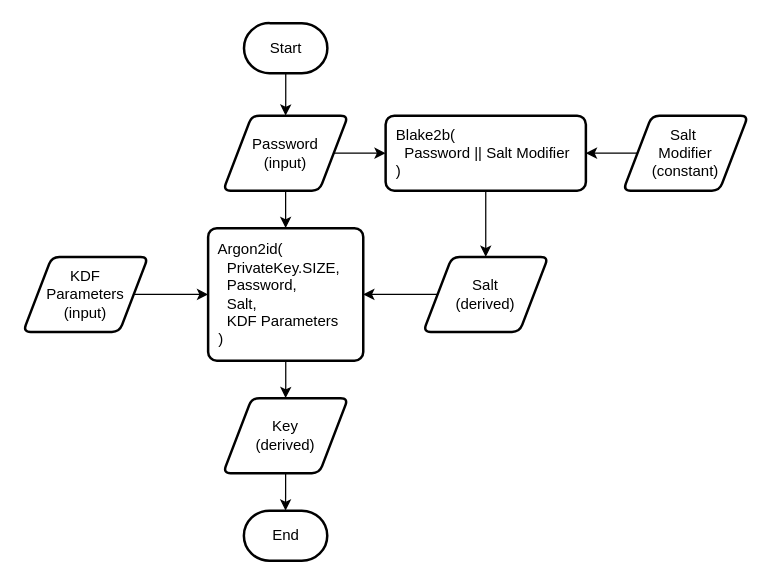
theosaveliev/rtty-soda keeps this draw.io diagram as diagram/kdf.drawio. Above is the earlier version. Source tidied: cells renumbered, new cells numbered last; positions are measured from the earlier drawing's top-left corner, leaving out a move shared by most shapes. Both pictures are drawn from the tidied source at 125%, with x=0, y=0 at pixel (22, 22).
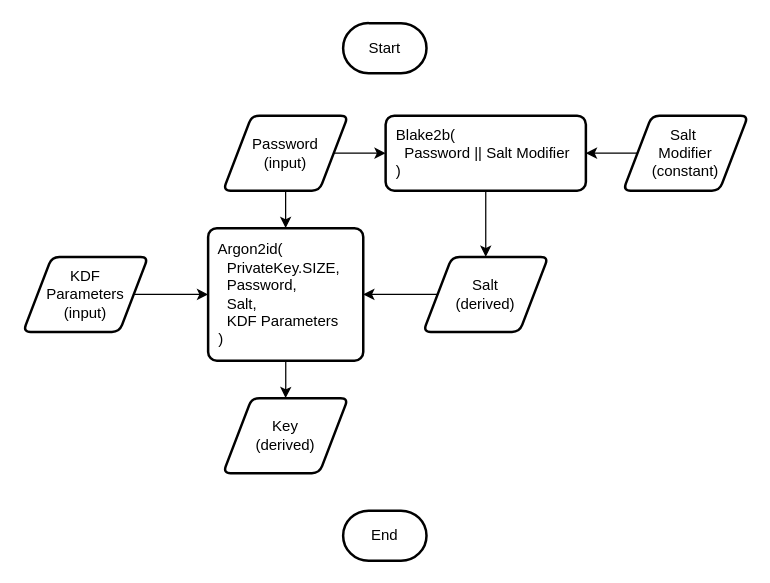
The same page after the edit.

What changed in the source:
```diff
@@
 <mxGraphModel>
   <root>
     <mxCell id="0" />
     <mxCell id="1" parent="0" />
     <mxCell id="2" style="edgeStyle=orthogonalEdgeStyle;rounded=0;jettySize=auto;html=1;entryX=0.5;entryY=0;entryDx=0;entryDy=0;" parent="1" edge="1" source="4" target="14">
       <mxGeometry relative="1" as="geometry" />
     </mxCell>
     <mxCell id="3" style="edgeStyle=orthogonalEdgeStyle;rounded=0;jettySize=auto;html=1;entryX=0;entryY=0.5;entryDx=0;entryDy=0;" parent="1" edge="1" source="4" target="8">
       <mxGeometry relative="1" as="geometry" />
     </mxCell>
     <mxCell id="4" value="Password&lt;div&gt;(input)&lt;/div&gt;" style="shape=parallelogram;html=1;strokeWidth=2;perimeter=parallelogramPerimeter;whiteSpace=wrap;rounded=1;arcSize=12;size=0.23;" parent="1" vertex="1">
       <mxGeometry x="160" y="74" width="100" height="60" as="geometry" />
     </mxCell>
     <mxCell id="5" style="edgeStyle=orthogonalEdgeStyle;rounded=0;jettySize=auto;html=1;entryX=1;entryY=0.5;entryDx=0;entryDy=0;" parent="1" edge="1" source="6" target="8">
       <mxGeometry relative="1" as="geometry" />
     </mxCell>
     <mxCell id="6" value="Salt&amp;nbsp;&lt;div&gt;Modifier&lt;/div&gt;&lt;div&gt;(constant)&lt;/div&gt;" style="shape=parallelogram;html=1;strokeWidth=2;perimeter=parallelogramPerimeter;whiteSpace=wrap;rounded=1;arcSize=12;size=0.23;" parent="1" vertex="1">
       <mxGeometry x="480" y="74" width="100" height="60" as="geometry" />
     </mxCell>
     <mxCell id="7" style="edgeStyle=orthogonalEdgeStyle;rounded=0;jettySize=auto;html=1;entryX=0.5;entryY=0;entryDx=0;entryDy=0;" parent="1" edge="1" source="8" target="12">
       <mxGeometry relative="1" as="geometry" />
     </mxCell>
     <mxCell id="8" value="&lt;div&gt;&lt;span style=&quot;background-color: transparent; color: light-dark(rgb(0, 0, 0), rgb(255, 255, 255));&quot;&gt;&amp;nbsp; Blake2b&lt;/span&gt;&lt;span style=&quot;background-color: transparent; color: light-dark(rgb(0, 0, 0), rgb(255, 255, 255));&quot;&gt;(&lt;/span&gt;&lt;/div&gt;&lt;span style=&quot;background-color: transparent; color: light-dark(rgb(0, 0, 0), rgb(255, 255, 255));&quot;&gt;&amp;nbsp; &amp;nbsp; Password || Salt Modifier&lt;br&gt;&lt;div style=&quot;&quot;&gt;&lt;span style=&quot;background-color: transparent; color: light-dark(rgb(0, 0, 0), rgb(255, 255, 255));&quot;&gt;&amp;nbsp; )&lt;/span&gt;&lt;/div&gt;&lt;/span&gt;" style="rounded=1;whiteSpace=wrap;html=1;absoluteArcSize=1;arcSize=14;strokeWidth=2;align=left;" parent="1" vertex="1">
       <mxGeometry x="290" y="74" width="160.2" height="60" as="geometry" />
     </mxCell>
     <mxCell id="9" style="edgeStyle=orthogonalEdgeStyle;rounded=0;jettySize=auto;html=1;entryX=0;entryY=0.5;entryDx=0;entryDy=0;" parent="1" edge="1" source="10" target="14">
       <mxGeometry relative="1" as="geometry" />
     </mxCell>
     <mxCell id="10" value="KDF&lt;div&gt;Parameters&lt;/div&gt;&lt;div&gt;(input)&lt;/div&gt;" style="shape=parallelogram;html=1;strokeWidth=2;perimeter=parallelogramPerimeter;whiteSpace=wrap;rounded=1;arcSize=12;size=0.23;" parent="1" vertex="1">
       <mxGeometry y="187" width="100" height="60" as="geometry" />
     </mxCell>
     <mxCell id="11" style="edgeStyle=orthogonalEdgeStyle;rounded=0;jettySize=auto;html=1;entryX=1;entryY=0.5;entryDx=0;entryDy=0;" parent="1" edge="1" source="12" target="14">
       <mxGeometry relative="1" as="geometry" />
     </mxCell>
     <mxCell id="12" value="Salt&lt;div&gt;(derived)&lt;/div&gt;" style="shape=parallelogram;html=1;strokeWidth=2;perimeter=parallelogramPerimeter;whiteSpace=wrap;rounded=1;arcSize=12;size=0.23;" parent="1" vertex="1">
       <mxGeometry x="320.1" y="187" width="100" height="60" as="geometry" />
     </mxCell>
     <mxCell id="13" style="edgeStyle=orthogonalEdgeStyle;rounded=0;jettySize=auto;html=1;entryX=0.5;entryY=0;entryDx=0;entryDy=0;" parent="1" edge="1" source="14" target="15">
       <mxGeometry relative="1" as="geometry" />
     </mxCell>
     <mxCell id="14" value="&amp;nbsp; Argon2id(&lt;br&gt;&amp;nbsp; &amp;nbsp; PrivateKey.SIZE, &lt;br&gt;&amp;nbsp; &amp;nbsp; Password, &lt;br&gt;&amp;nbsp; &amp;nbsp; Salt, &lt;br&gt;&amp;nbsp; &amp;nbsp; KDF Parameters&lt;br&gt;&amp;nbsp; )" style="rounded=1;whiteSpace=wrap;html=1;absoluteArcSize=1;arcSize=14;strokeWidth=2;align=left;" parent="1" vertex="1">
       <mxGeometry x="148" y="164" width="124.1" height="106" as="geometry" />
     </mxCell>
     <mxCell id="15" value="Key&lt;div&gt;(derived)&lt;/div&gt;" style="shape=parallelogram;html=1;strokeWidth=2;perimeter=parallelogramPerimeter;whiteSpace=wrap;rounded=1;arcSize=12;size=0.23;" parent="1" vertex="1">
       <mxGeometry x="160" y="300" width="100" height="60" as="geometry" />
     </mxCell>
-    <mxCell id="16" style="edgeStyle=orthogonalEdgeStyle;rounded=0;jettySize=auto;html=1;entryX=0.5;entryY=0;entryDx=0;entryDy=0;" parent="1" edge="1" source="17" target="4">
-      <mxGeometry relative="1" as="geometry" />
-    </mxCell>
     <mxCell id="17" value="Start" style="strokeWidth=2;html=1;shape=mxgraph.flowchart.terminator;whiteSpace=wrap;" parent="1" vertex="1">
-      <mxGeometry x="176.7" width="66.7" height="40" as="geometry" />
+      <mxGeometry x="256" width="66.7" height="40" as="geometry" />
     </mxCell>
     <mxCell id="18" value="End" style="strokeWidth=2;html=1;shape=mxgraph.flowchart.terminator;whiteSpace=wrap;" parent="1" vertex="1">
-      <mxGeometry x="176.6" y="390" width="66.7" height="40" as="geometry" />
+      <mxGeometry x="256" y="390" width="66.7" height="40" as="geometry" />
     </mxCell>
-    <mxCell id="19" style="edgeStyle=orthogonalEdgeStyle;rounded=0;jettySize=auto;html=1;entryX=0.5;entryY=0;entryDx=0;entryDy=0;entryPerimeter=0;" parent="1" edge="1" source="15" target="18">
-      <mxGeometry relative="1" as="geometry" />
-    </mxCell>
   </root>
 </mxGraphModel>
```
